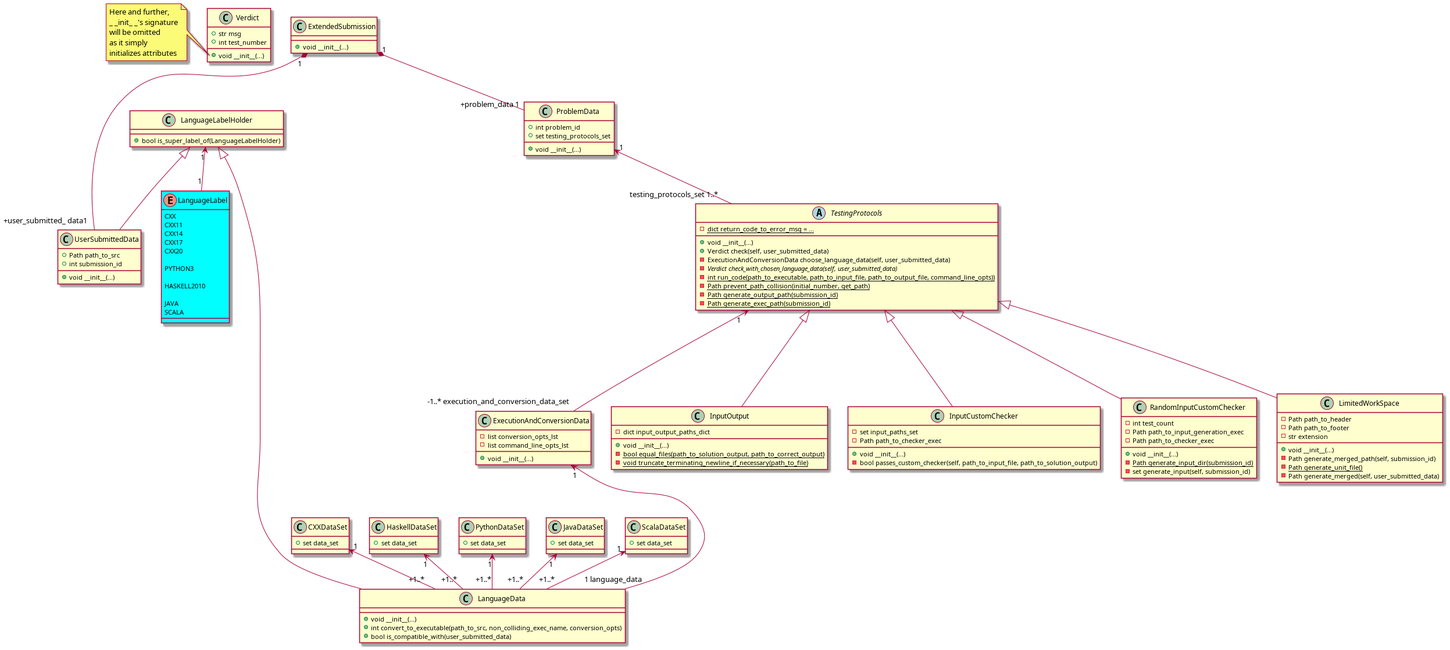
Above: TestingSystem/TestingProtocols/Class_TestingProtocols.png in IgorZhiltsoff/TPy_project (PlantUML), before the change. Source of this version:
```plantuml
@startuml

skinparam enumFontColour Blue


class Verdict {
    +str msg
    +int test_number

    +void __init__(...)
}
note left of Verdict::__init__
Here and further,
_ _init_ _'s signature
will be omitted
as it simply
initializes attributes
end note


class UserSubmittedData {
    +Path path_to_src
    +int submission_id

    +void __init__(...)
}

skinparam enum {
    BackGroundColor Aqua
}

enum LanguageLabel {
    CXX
    CXX11
    CXX14
    CXX17
    CXX20

    PYTHON3

    HASKELL2010

    JAVA
    SCALA
}

class LanguageLabelHolder {
    +bool is_super_label_of(LanguageLabelHolder)
}

LanguageLabelHolder "1" <-- "1" LanguageLabel
LanguageLabelHolder <|-- UserSubmittedData



class LanguageData {
    +void __init__(...)
    +int convert_to_executable(path_to_src, non_colliding_exec_name, conversion_opts)
    +bool is_compatible_with(user_submitted_data)
}
LanguageLabelHolder <|--- LanguageData

class CXXDataSet {
    +set data_set
}

CXXDataSet "1" <-- "+1..*" LanguageData

class HaskellDataSet {
    +set data_set
}

HaskellDataSet "1" <-- "+1..*" LanguageData

class PythonDataSet {
    +set data_set
}

PythonDataSet "1" <-- "+1..*" LanguageData

class JavaDataSet {
    +set data_set
}

JavaDataSet "1" <-- "+1..*" LanguageData

class ScalaDataSet {
    +set data_set
}

ScalaDataSet "1" <-- "+1..*" LanguageData


class ExecutionAndConversionData {
    -list conversion_opts_lst
    -list command_line_opts_lst

    +void __init__(...)
}

ExecutionAndConversionData "1" <--- "1 language_data" LanguageData
TestingProtocols "1" <--- "-1..* execution_and_conversion_data_set" ExecutionAndConversionData


abstract class TestingProtocols {
    -{static} dict return_code_to_error_msg = ...

    +void __init__(...)
    +Verdict check(self, user_submitted_data)
    -ExecutionAndConversionData choose_language_data(self, user_submitted_data)
    -{abstract} Verdict check_with_chosen_language_data(self, user_submitted_data)
    -{static} int run_code(path_to_executable, path_to_input_file, path_to_output_file, command_line_opts))
    -{static} Path prevent_path_collision(initial_number, get_path)
    -{static} Path generate_output_path(submission_id)
    -{static} Path generate_exec_path(submission_id)
}

class InputOutput {
    -dict input_output_paths_dict

    +void __init__(...)
    -{static} bool equal_files(path_to_solution_output, path_to_correct_output)
    -{static} void truncate_terminating_newline_if_necessary(path_to_file)
}

class InputCustomChecker {
    -set input_paths_set
    -Path path_to_checker_exec

    +void __init__(...)
    -bool passes_custom_checker(self, path_to_input_file, path_to_solution_output)
}

class RandomInputCustomChecker {
    -int test_count
    -Path path_to_input_generation_exec
    -Path path_to_checker_exec


    +void __init__(...)
    -{static} Path generate_input_dir(submission_id)
    -set generate_input(self, submission_id)
}

class LimitedWorkSpace {
    -Path path_to_header
    -Path path_to_footer
    -str extension

    +void __init__(...)
    -Path generate_merged_path(self, submission_id)
    -{static} Path generate_unit_file()
    -Path generate_merged(self, user_submitted_data)
}


TestingProtocols <|--- InputCustomChecker
TestingProtocols <|--- RandomInputCustomChecker
TestingProtocols <|--- LimitedWorkSpace
TestingProtocols <|--- InputOutput



class ProblemData {
    +int problem_id
    +set testing_protocols_set

    +void __init__(...)
}

ProblemData "1" <-- "testing_protocols_set 1..*" TestingProtocols


class ExtendedSubmission {
    +void __init__(...)
}

ExtendedSubmission "1" *-- "+problem_data 1" ProblemData
ExtendedSubmission "1" *--- "+user_submitted_ data1" UserSubmittedData

@enduml
```
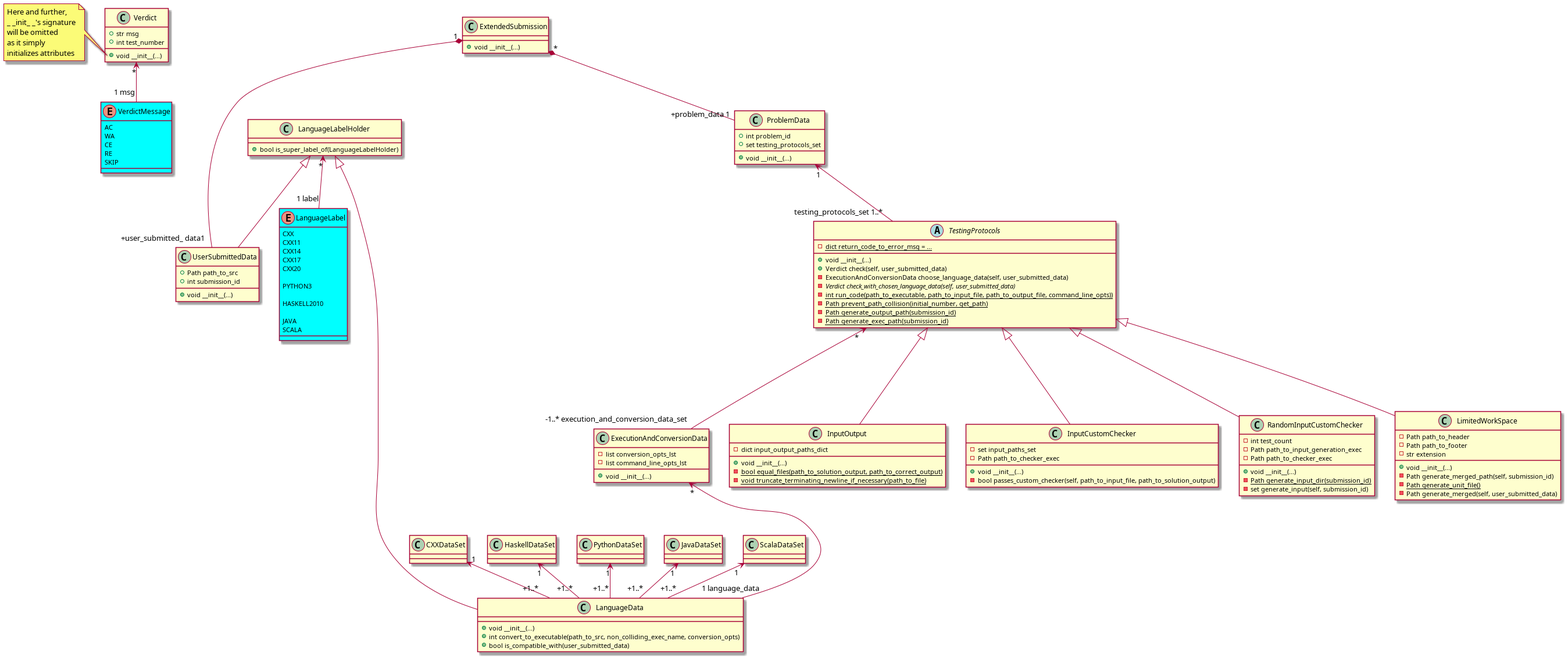
The same diagram one commit later.

What changed in the source:
```diff
@@ -1,7 +1,17 @@
 @startuml
 
-skinparam enumFontColour Blue
+skinparam enum {
+    BackGroundColor Aqua
+}
 
+
+enum VerdictMessage {
+    AC
+    WA
+    CE
+    RE
+    SKIP
+}
 
 class Verdict {
     +str msg
@@ -17,6 +27,7 @@
 initializes attributes
 end note
 
+Verdict "*" <-- "1 msg" VerdictMessage
 
 class UserSubmittedData {
     +Path path_to_src
@@ -25,9 +36,6 @@
     +void __init__(...)
 }
 
-skinparam enum {
-    BackGroundColor Aqua
-}
 
 enum LanguageLabel {
     CXX
@@ -48,7 +56,7 @@
     +bool is_super_label_of(LanguageLabelHolder)
 }
 
-LanguageLabelHolder "1" <-- "1" LanguageLabel
+LanguageLabelHolder "*" <-- "1 label" LanguageLabel
 LanguageLabelHolder <|-- UserSubmittedData
 
 
@@ -60,33 +68,23 @@
 }
 LanguageLabelHolder <|--- LanguageData
 
-class CXXDataSet {
-    +set data_set
-}
+class CXXDataSet
 
 CXXDataSet "1" <-- "+1..*" LanguageData
 
-class HaskellDataSet {
-    +set data_set
-}
+class HaskellDataSet
 
 HaskellDataSet "1" <-- "+1..*" LanguageData
 
-class PythonDataSet {
-    +set data_set
-}
+class PythonDataSet
 
 PythonDataSet "1" <-- "+1..*" LanguageData
 
-class JavaDataSet {
-    +set data_set
-}
+class JavaDataSet
 
 JavaDataSet "1" <-- "+1..*" LanguageData
 
-class ScalaDataSet {
-    +set data_set
-}
+class ScalaDataSet
 
 ScalaDataSet "1" <-- "+1..*" LanguageData
 
@@ -98,8 +96,8 @@
     +void __init__(...)
 }
 
-ExecutionAndConversionData "1" <--- "1 language_data" LanguageData
-TestingProtocols "1" <--- "-1..* execution_and_conversion_data_set" ExecutionAndConversionData
+ExecutionAndConversionData "*" <--- "1 language_data" LanguageData
+TestingProtocols "*" <--- "-1..* execution_and_conversion_data_set" ExecutionAndConversionData
 
 
 abstract class TestingProtocols {
@@ -175,7 +173,7 @@
     +void __init__(...)
 }
 
-ExtendedSubmission "1" *-- "+problem_data 1" ProblemData
+ExtendedSubmission "*" *-- "+problem_data 1" ProblemData
 ExtendedSubmission "1" *--- "+user_submitted_ data1" UserSubmittedData
 
 @enduml
```
